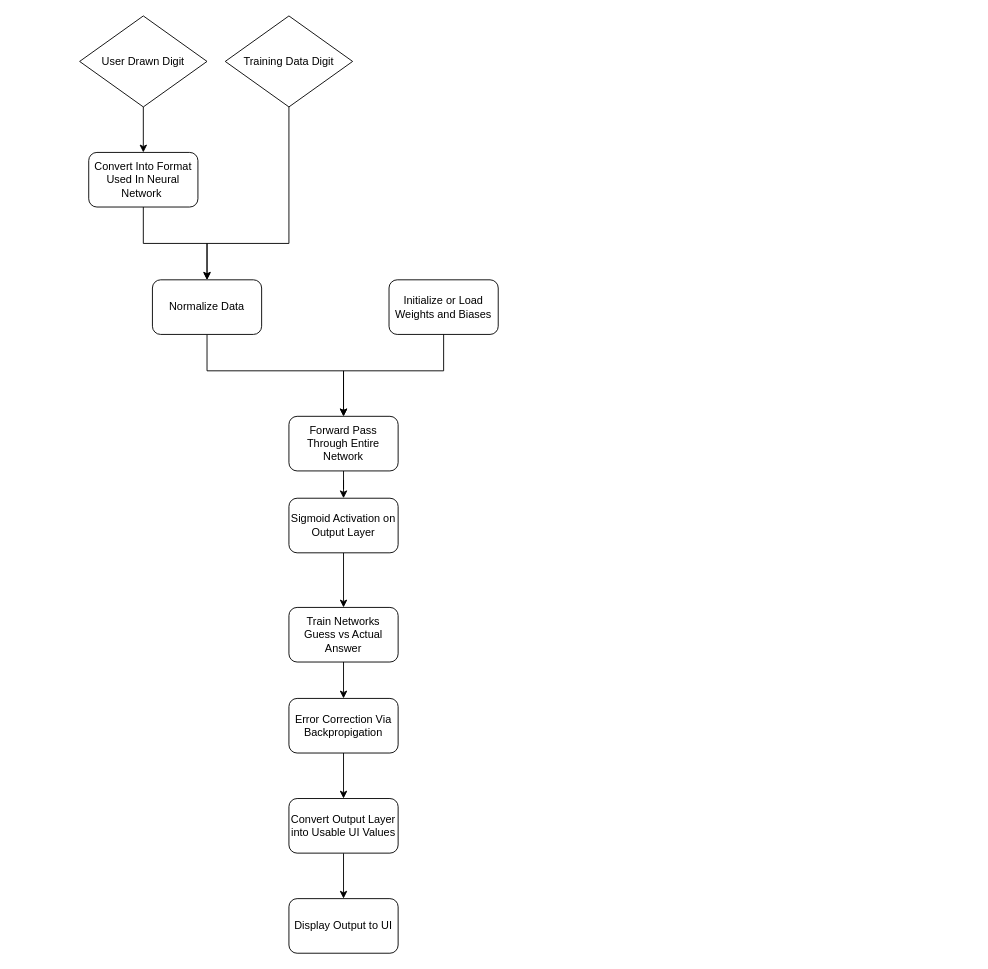
Earlier version of the draw.io diagram Untitled Diagram.drawio (MyutVoilim/Digit_Recognizer). Source tidied: cells renumbered, new cells numbered last; positions are measured from the earlier drawing's top-left corner, leaving out a move shared by most shapes. Both pictures are drawn from the tidied source at 91%, with x=0, y=0 at pixel (79, 15).
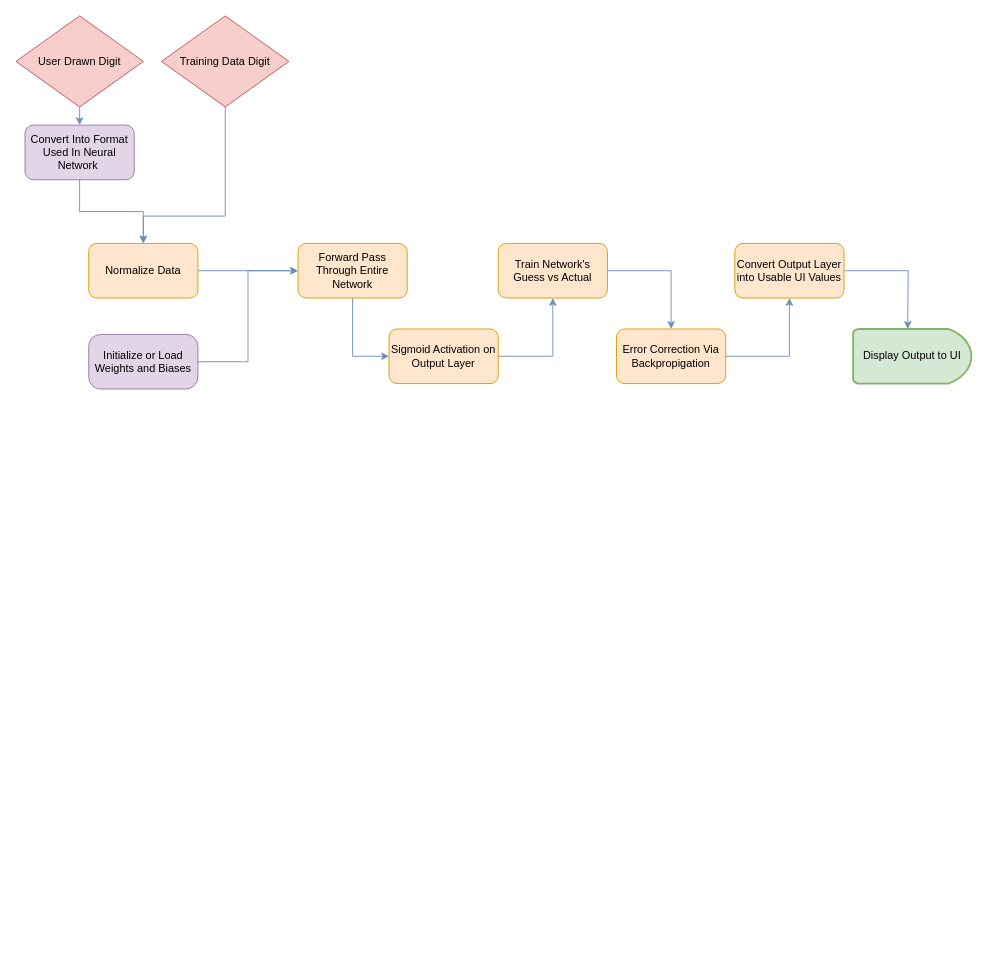
Above is the later version.

Change to the diagram source:
```diff
@@
+    <mxCell id="20" style="edgeStyle=orthogonalEdgeStyle;rounded=0;jettySize=auto;html=1;fillColor=#dae8fc;strokeColor=#6c8ebf;" parent="1" edge="1" source="2" target="7">
+      <mxGeometry relative="1" as="geometry" />
+    </mxCell>
-    <mxCell id="2" value="Convert Into Format Used In Neural Network&amp;nbsp;" style="rounded=1;whiteSpace=wrap;html=1;" parent="1" vertex="1">
-      <mxGeometry x="10" y="150" width="120" height="60" as="geometry" />
+    <mxCell id="2" value="Convert Into Format Used In Neural Network&amp;nbsp;" style="rounded=1;whiteSpace=wrap;html=1;fillColor=#e1d5e7;strokeColor=#9673a6;" parent="1" vertex="1">
+      <mxGeometry x="-60" y="120" width="120" height="60" as="geometry" />
     </mxCell>
-    <mxCell id="3" value="User Drawn Digit" style="rhombus;whiteSpace=wrap;html=1;" parent="1" vertex="1">
-      <mxGeometry width="140" height="100" as="geometry" />
+    <mxCell id="3" value="User Drawn Digit" style="rhombus;whiteSpace=wrap;html=1;fillColor=#f8cecc;strokeColor=#b85450;" parent="1" vertex="1">
+      <mxGeometry x="-70" width="140" height="100" as="geometry" />
     </mxCell>
-    <mxCell id="4" style="edgeStyle=orthogonalEdgeStyle;rounded=0;jettySize=auto;html=1;" parent="1" edge="1" source="5" target="7">
+    <mxCell id="4" style="edgeStyle=orthogonalEdgeStyle;rounded=0;jettySize=auto;html=1;fillColor=#dae8fc;strokeColor=#6c8ebf;" parent="1" edge="1" source="5" target="7">
       <mxGeometry relative="1" as="geometry">
         <Array as="points">
-          <mxPoint x="230" y="250" />
-          <mxPoint x="140" y="250" />
+          <mxPoint x="160" y="220" />
+          <mxPoint x="70" y="220" />
         </Array>
       </mxGeometry>
     </mxCell>
-    <mxCell id="5" value="Training Data Digit" style="rhombus;whiteSpace=wrap;html=1;" parent="1" vertex="1">
-      <mxGeometry x="160" width="140" height="100" as="geometry" />
+    <mxCell id="5" value="Training Data Digit" style="rhombus;whiteSpace=wrap;html=1;fillColor=#f8cecc;strokeColor=#b85450;" parent="1" vertex="1">
+      <mxGeometry x="90" width="140" height="100" as="geometry" />
     </mxCell>
-    <mxCell id="6" style="edgeStyle=orthogonalEdgeStyle;rounded=0;jettySize=auto;html=1;" parent="1" edge="1" source="7" target="9">
-      <mxGeometry relative="1" as="geometry">
-        <Array as="points">
-          <mxPoint x="140" y="390" />
-          <mxPoint x="290" y="390" />
-        </Array>
-      </mxGeometry>
+    <mxCell id="6" style="edgeStyle=orthogonalEdgeStyle;rounded=0;jettySize=auto;html=1;entryX=0;entryY=0.5;entryDx=0;entryDy=0;fillColor=#dae8fc;strokeColor=#6c8ebf;" parent="1" edge="1" source="7" target="9">
+      <mxGeometry relative="1" as="geometry" />
     </mxCell>
-    <mxCell id="7" value="Normalize Data" style="rounded=1;whiteSpace=wrap;html=1;" parent="1" vertex="1">
-      <mxGeometry x="80" y="290" width="120" height="60" as="geometry" />
+    <mxCell id="7" value="Normalize Data" style="rounded=1;whiteSpace=wrap;html=1;fillColor=#ffe6cc;strokeColor=#d79b00;" parent="1" vertex="1">
+      <mxGeometry x="10" y="250" width="120" height="60" as="geometry" />
     </mxCell>
-    <mxCell id="8" style="edgeStyle=orthogonalEdgeStyle;rounded=0;jettySize=auto;html=1;" parent="1" edge="1" source="9" target="22">
+    <mxCell id="8" style="edgeStyle=orthogonalEdgeStyle;rounded=0;jettySize=auto;html=1;entryX=0;entryY=0.5;entryDx=0;entryDy=0;fillColor=#dae8fc;strokeColor=#6c8ebf;" parent="1" edge="1" source="9" target="22">
       <mxGeometry relative="1" as="geometry" />
     </mxCell>
-    <mxCell id="9" value="Forward Pass Through Entire Network" style="whiteSpace=wrap;html=1;rounded=1;" parent="1" vertex="1">
-      <mxGeometry x="230" y="440" width="120" height="60" as="geometry" />
+    <mxCell id="9" value="Forward Pass Through Entire Network" style="whiteSpace=wrap;html=1;rounded=1;fillColor=#ffe6cc;strokeColor=#d79b00;" parent="1" vertex="1">
+      <mxGeometry x="240" y="250" width="120" height="60" as="geometry" />
     </mxCell>
+    <mxCell id="11" style="edgeStyle=orthogonalEdgeStyle;rounded=0;jettySize=auto;html=1;entryX=0;entryY=0.5;entryDx=0;entryDy=0;fillColor=#dae8fc;strokeColor=#6c8ebf;" parent="1" edge="1" source="10" target="9">
+      <mxGeometry relative="1" as="geometry" />
+    </mxCell>
-    <mxCell id="10" value="Initialize or Load Weights and Biases" style="rounded=1;whiteSpace=wrap;html=1;" parent="1" vertex="1">
-      <mxGeometry x="340" y="290" width="120" height="60" as="geometry" />
+    <mxCell id="10" value="Initialize or Load Weights and Biases" style="rounded=1;whiteSpace=wrap;html=1;fillColor=#e1d5e7;strokeColor=#9673a6;arcSize=22;" parent="1" vertex="1">
+      <mxGeometry x="10" y="350" width="120" height="60" as="geometry" />
     </mxCell>
-    <mxCell id="11" style="endArrow=classic;html=1;rounded=0;entryX=0.5;entryY=0;entryDx=0;entryDy=0;exitX=0.5;exitY=1;exitDx=0;exitDy=0;" parent="1" edge="1" source="10" target="9">
-      <mxGeometry relative="1" as="geometry">
-        <Array as="points">
-          <mxPoint x="400" y="390" />
-          <mxPoint x="290" y="390" />
-        </Array>
-      </mxGeometry>
-    </mxCell>
+    <mxCell id="17" style="edgeStyle=orthogonalEdgeStyle;rounded=0;jettySize=auto;html=1;fillColor=#dae8fc;strokeColor=#6c8ebf;" parent="1" edge="1" source="12" target="13">
+      <mxGeometry relative="1" as="geometry" />
+    </mxCell>
-    <mxCell id="12" value="Train Networks Guess vs Actual Answer" style="rounded=1;whiteSpace=wrap;html=1;" parent="1" vertex="1">
-      <mxGeometry x="230" y="650" width="120" height="60" as="geometry" />
+    <mxCell id="12" value="Train Network's Guess vs Actual" style="rounded=1;whiteSpace=wrap;html=1;fillColor=#ffe6cc;strokeColor=#d79b00;" parent="1" vertex="1">
+      <mxGeometry x="460" y="250" width="120" height="60" as="geometry" />
     </mxCell>
+    <mxCell id="18" style="edgeStyle=orthogonalEdgeStyle;rounded=0;jettySize=auto;html=1;entryX=0.5;entryY=1;entryDx=0;entryDy=0;fillColor=#dae8fc;strokeColor=#6c8ebf;" parent="1" edge="1" source="13" target="15">
+      <mxGeometry relative="1" as="geometry" />
+    </mxCell>
-    <mxCell id="13" value="Error Correction Via Backpropigation" style="rounded=1;whiteSpace=wrap;html=1;" parent="1" vertex="1">
-      <mxGeometry x="230" y="750" width="120" height="60" as="geometry" />
+    <mxCell id="13" value="Error Correction Via Backpropigation" style="rounded=1;whiteSpace=wrap;html=1;fillColor=#ffe6cc;strokeColor=#d79b00;" parent="1" vertex="1">
+      <mxGeometry x="590" y="344" width="120" height="60" as="geometry" />
     </mxCell>
-    <mxCell id="14" style="edgeStyle=orthogonalEdgeStyle;rounded=0;jettySize=auto;html=1;entryX=0.5;entryY=0;entryDx=0;entryDy=0;" parent="1" edge="1" source="15" target="16">
-      <mxGeometry relative="1" as="geometry" />
-    </mxCell>
+    <mxCell id="23" style="edgeStyle=orthogonalEdgeStyle;rounded=0;jettySize=auto;html=1;fillColor=#dae8fc;strokeColor=#6c8ebf;" parent="1" edge="1" source="15">
+      <mxGeometry relative="1" as="geometry">
+        <mxPoint x="910" y="344" as="targetPoint" />
+      </mxGeometry>
+    </mxCell>
-    <mxCell id="15" value="Convert Output Layer into Usable UI Values" style="rounded=1;whiteSpace=wrap;html=1;" parent="1" vertex="1">
-      <mxGeometry x="230" y="860" width="120" height="60" as="geometry" />
+    <mxCell id="15" value="Convert Output Layer into Usable UI Values" style="rounded=1;whiteSpace=wrap;html=1;fillColor=#ffe6cc;strokeColor=#d79b00;" parent="1" vertex="1">
+      <mxGeometry x="720" y="250" width="120" height="60" as="geometry" />
     </mxCell>
-    <mxCell id="16" value="Display Output to UI" style="rounded=1;whiteSpace=wrap;html=1;" parent="1" vertex="1">
-      <mxGeometry x="230" y="970" width="120" height="60" as="geometry" />
-    </mxCell>
-    <mxCell id="17" style="endArrow=classic;html=1;rounded=0;exitX=0.5;exitY=1;exitDx=0;exitDy=0;" parent="1" edge="1" source="12" target="13">
-      <mxGeometry relative="1" as="geometry" />
-    </mxCell>
-    <mxCell id="18" style="endArrow=classic;html=1;rounded=0;exitX=0.5;exitY=1;exitDx=0;exitDy=0;entryX=0.5;entryY=0;entryDx=0;entryDy=0;" parent="1" edge="1" source="13" target="15">
-      <mxGeometry relative="1" as="geometry" />
-    </mxCell>
-    <mxCell id="19" style="endArrow=classic;html=1;rounded=0;exitX=0.5;exitY=1;exitDx=0;exitDy=0;entryX=0.5;entryY=0;entryDx=0;entryDy=0;" parent="1" edge="1" source="3" target="2">
+    <mxCell id="19" style="endArrow=classic;html=1;rounded=0;exitX=0.5;exitY=1;exitDx=0;exitDy=0;entryX=0.5;entryY=0;entryDx=0;entryDy=0;fillColor=#dae8fc;strokeColor=#6c8ebf;" parent="1" edge="1" source="3" target="2">
       <mxGeometry relative="1" as="geometry" />
     </mxCell>
-    <mxCell id="20" style="endArrow=classic;html=1;rounded=0;entryX=0.5;entryY=0;entryDx=0;entryDy=0;" parent="1" edge="1" source="2" target="7">
-      <mxGeometry relative="1" as="geometry">
-        <Array as="points">
-          <mxPoint x="70" y="250" />
-          <mxPoint x="140" y="250" />
-        </Array>
-      </mxGeometry>
-    </mxCell>
-    <mxCell id="21" style="edgeStyle=orthogonalEdgeStyle;rounded=0;jettySize=auto;html=1;" parent="1" edge="1" source="22" target="12">
+    <mxCell id="21" style="edgeStyle=orthogonalEdgeStyle;rounded=0;jettySize=auto;html=1;entryX=0.5;entryY=1;entryDx=0;entryDy=0;exitX=1;exitY=0.5;exitDx=0;exitDy=0;fillColor=#dae8fc;strokeColor=#6c8ebf;" parent="1" edge="1" source="22" target="12">
       <mxGeometry relative="1" as="geometry" />
     </mxCell>
-    <mxCell id="22" value="Sigmoid Activation on Output Layer" style="rounded=1;whiteSpace=wrap;html=1;" parent="1" vertex="1">
-      <mxGeometry x="230" y="530" width="120" height="60" as="geometry" />
+    <mxCell id="22" value="Sigmoid Activation on Output Layer" style="rounded=1;whiteSpace=wrap;html=1;fillColor=#ffe6cc;strokeColor=#d79b00;" parent="1" vertex="1">
+      <mxGeometry x="340" y="344" width="120" height="60" as="geometry" />
     </mxCell>
+    <mxCell id="16" value="Display Output to UI" style="strokeWidth=2;html=1;shape=mxgraph.flowchart.delay;whiteSpace=wrap;fillColor=#d5e8d4;strokeColor=#82b366;" parent="1" vertex="1">
+      <mxGeometry x="850" y="344" width="130" height="60" as="geometry" />
+    </mxCell>
```
